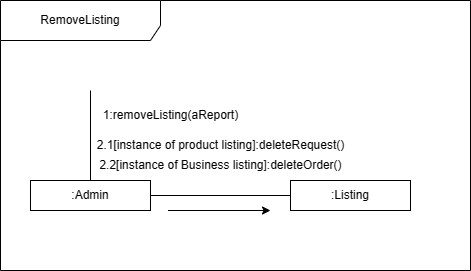
The draw.io diagram Diagrams/Communication diagrams/Remove listing.png in VBashari/Goods-Donation-Application, before a commit. Source tidied: cells renumbered, new cells last; positions are measured from the earlier drawing's top-left corner, leaving out a move shared by most shapes. Its diagram source:
```xml
<mxGraphModel>
  <root>
    <mxCell id="0" />
    <mxCell id="1" parent="0" />
    <mxCell id="2" value="RemoveListing" style="shape=umlFrame;whiteSpace=wrap;html=1;width=160;height=40;" parent="1" vertex="1">
      <mxGeometry width="470" height="270" as="geometry" />
    </mxCell>
    <mxCell id="3" style="edgeStyle=orthogonalEdgeStyle;rounded=0;jettySize=auto;html=1;exitX=1;exitY=0.5;exitDx=0;exitDy=0;entryX=0;entryY=0.5;entryDx=0;entryDy=0;endArrow=none;endFill=0;" parent="1" edge="1" source="4" target="5">
      <mxGeometry relative="1" as="geometry" />
    </mxCell>
    <mxCell id="4" value=":Admin" style="rounded=0;whiteSpace=wrap;html=1;" parent="1" vertex="1">
      <mxGeometry x="30" y="180" width="120" height="30" as="geometry" />
    </mxCell>
    <mxCell id="5" value=":Listing" style="rounded=0;whiteSpace=wrap;html=1;" parent="1" vertex="1">
      <mxGeometry x="290" y="180" width="120" height="30" as="geometry" />
    </mxCell>
    <mxCell id="6" style="endArrow=none;html=1;rounded=0;exitX=0.5;exitY=0;exitDx=0;exitDy=0;" parent="1" edge="1" source="4">
      <mxGeometry relative="1" as="geometry">
        <mxPoint x="90" y="90" as="targetPoint" />
        <Array as="points">
          <mxPoint x="90" y="90" />
        </Array>
      </mxGeometry>
    </mxCell>
    <mxCell id="7" value="1:removeListing(aReport)" style="text;html=1;align=center;verticalAlign=middle;strokeColor=none;fillColor=none;" parent="1" vertex="1">
      <mxGeometry x="90" y="100" width="160" height="30" as="geometry" />
    </mxCell>
    <mxCell id="8" value="2.1[instance of product listing]:deleteRequest()" style="text;html=1;align=center;verticalAlign=middle;strokeColor=none;fillColor=none;" parent="1" vertex="1">
      <mxGeometry x="85" y="130" width="270" height="30" as="geometry" />
    </mxCell>
    <mxCell id="9" value="2.2[instance of Business listing]:deleteOrder()" style="text;html=1;align=center;verticalAlign=middle;strokeColor=none;fillColor=none;" parent="1" vertex="1">
      <mxGeometry x="85" y="150" width="270" height="30" as="geometry" />
    </mxCell>
    <mxCell id="10" style="endArrow=classic;html=1;rounded=0;" parent="1" edge="1">
      <mxGeometry relative="1" as="geometry">
        <mxPoint x="263" y="210" as="sourcePoint" />
        <mxPoint x="270" y="210" as="targetPoint" />
        <Array as="points">
          <mxPoint x="167.5" y="210" />
        </Array>
      </mxGeometry>
    </mxCell>
  </root>
</mxGraphModel>
```
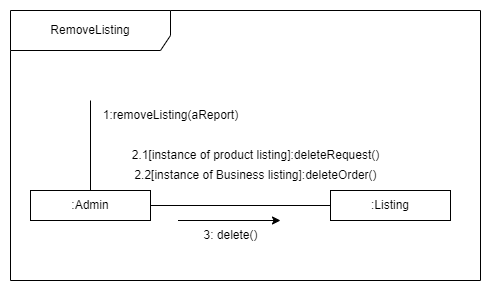
After the commit.

What changed in the source:
```diff
@@ -9,27 +9,27 @@
       <mxGeometry relative="1" as="geometry" />
     </mxCell>
     <mxCell id="4" value=":Admin" style="rounded=0;whiteSpace=wrap;html=1;" parent="1" vertex="1">
-      <mxGeometry x="30" y="180" width="120" height="30" as="geometry" />
+      <mxGeometry x="20" y="180" width="120" height="30" as="geometry" />
     </mxCell>
     <mxCell id="5" value=":Listing" style="rounded=0;whiteSpace=wrap;html=1;" parent="1" vertex="1">
-      <mxGeometry x="290" y="180" width="120" height="30" as="geometry" />
+      <mxGeometry x="320" y="180" width="120" height="30" as="geometry" />
     </mxCell>
     <mxCell id="6" style="endArrow=none;html=1;rounded=0;exitX=0.5;exitY=0;exitDx=0;exitDy=0;" parent="1" edge="1" source="4">
       <mxGeometry relative="1" as="geometry">
-        <mxPoint x="90" y="90" as="targetPoint" />
+        <mxPoint x="80" y="90" as="targetPoint" />
         <Array as="points">
-          <mxPoint x="90" y="90" />
+          <mxPoint x="80" y="90" />
         </Array>
       </mxGeometry>
     </mxCell>
     <mxCell id="7" value="1:removeListing(aReport)" style="text;html=1;align=center;verticalAlign=middle;strokeColor=none;fillColor=none;" parent="1" vertex="1">
-      <mxGeometry x="90" y="100" width="160" height="30" as="geometry" />
+      <mxGeometry x="80" y="90" width="160" height="30" as="geometry" />
     </mxCell>
     <mxCell id="8" value="2.1[instance of product listing]:deleteRequest()" style="text;html=1;align=center;verticalAlign=middle;strokeColor=none;fillColor=none;" parent="1" vertex="1">
-      <mxGeometry x="85" y="130" width="270" height="30" as="geometry" />
+      <mxGeometry x="110" y="130" width="270" height="30" as="geometry" />
     </mxCell>
     <mxCell id="9" value="2.2[instance of Business listing]:deleteOrder()" style="text;html=1;align=center;verticalAlign=middle;strokeColor=none;fillColor=none;" parent="1" vertex="1">
-      <mxGeometry x="85" y="150" width="270" height="30" as="geometry" />
+      <mxGeometry x="110" y="150" width="270" height="30" as="geometry" />
     </mxCell>
     <mxCell id="10" style="endArrow=classic;html=1;rounded=0;" parent="1" edge="1">
       <mxGeometry relative="1" as="geometry">
@@ -40,5 +40,8 @@
         </Array>
       </mxGeometry>
     </mxCell>
+    <mxCell id="11" value="3: delete()" style="text;html=1;align=center;verticalAlign=middle;strokeColor=none;fillColor=none;" parent="1" vertex="1">
+      <mxGeometry x="180" y="210" width="80" height="30" as="geometry" />
+    </mxCell>
   </root>
 </mxGraphModel>
```
